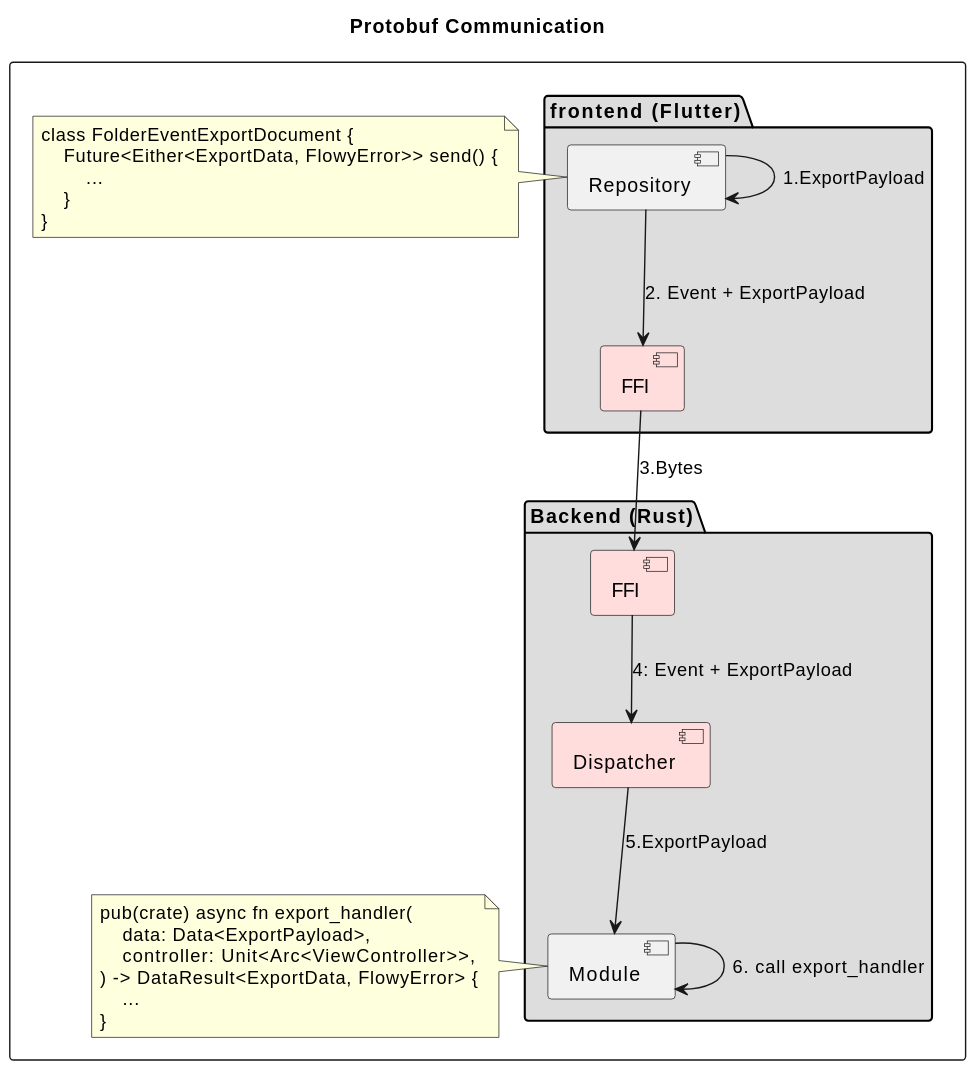
AppFlowy-IO/AppFlowy-Docs keeps this PlantUML diagram as uml/output/FlowySDK-Protobuf_Communication.svg. Above is the earlier version.
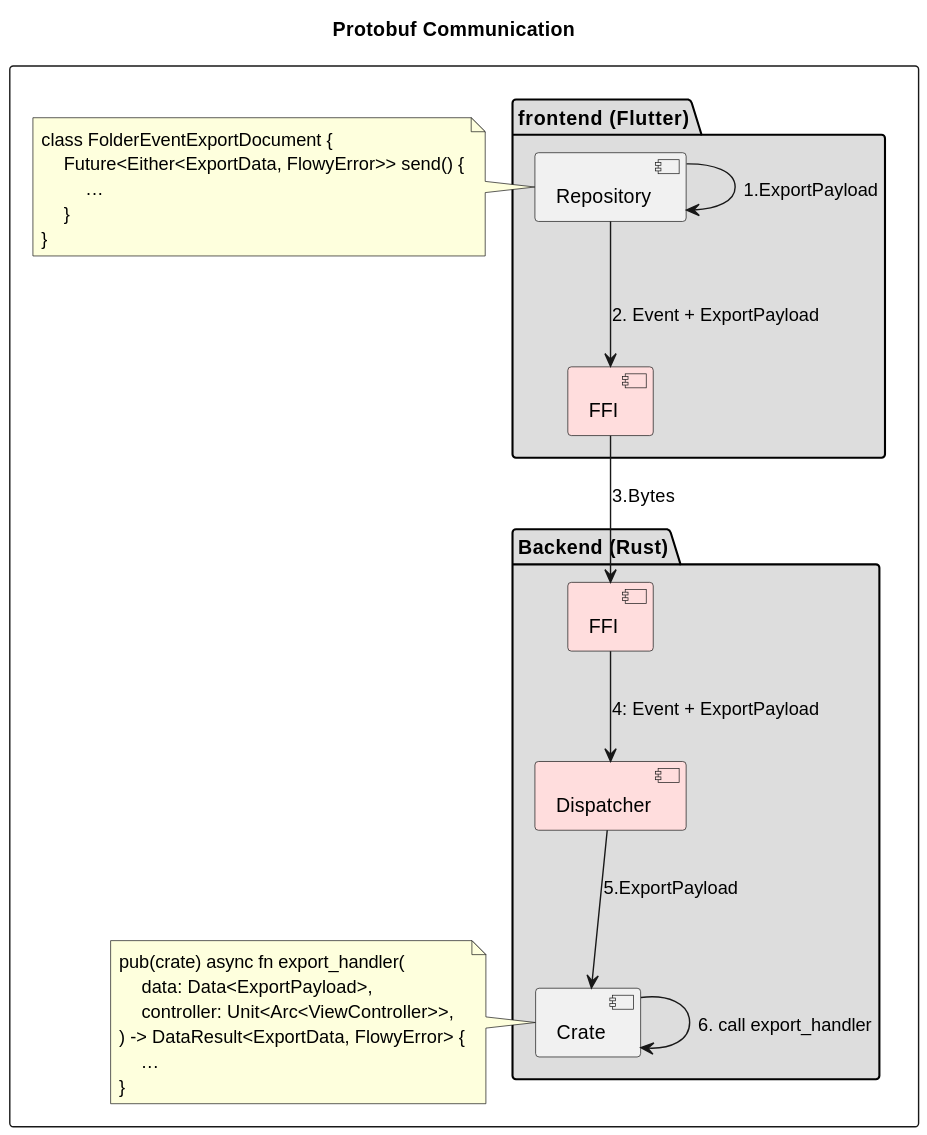
The same diagram one commit later.

The edit, as a diff of the source:
```diff
@@ -16,11 +16,11 @@
     end note
 
     package "Backend (Rust)" #DDDDDD {
-        component Module
+        component Crate
         component Dispatcher as "Dispatcher" #FFDDDD
         component FFI_Backend as "FFI" #FFDDDD
     }
-    note left of Module
+    note left of Crate
     pub(crate) async fn export_handler(
         data: Data<ExportPayload>,
         controller: Unit<Arc<ViewController>>,
@@ -34,6 +34,6 @@
 Repository --> FFI_Frontend: 2. Event + ExportPayload
 FFI_Frontend --> FFI_Backend: 3.Bytes
 FFI_Backend --> Dispatcher: 4: Event + ExportPayload
-Dispatcher --> Module: 5.ExportPayload
-Module --> Module : 6. call export_handler
+Dispatcher --> Crate: 5.ExportPayload
+Crate --> Crate : 6. call export_handler
 @enduml
```
